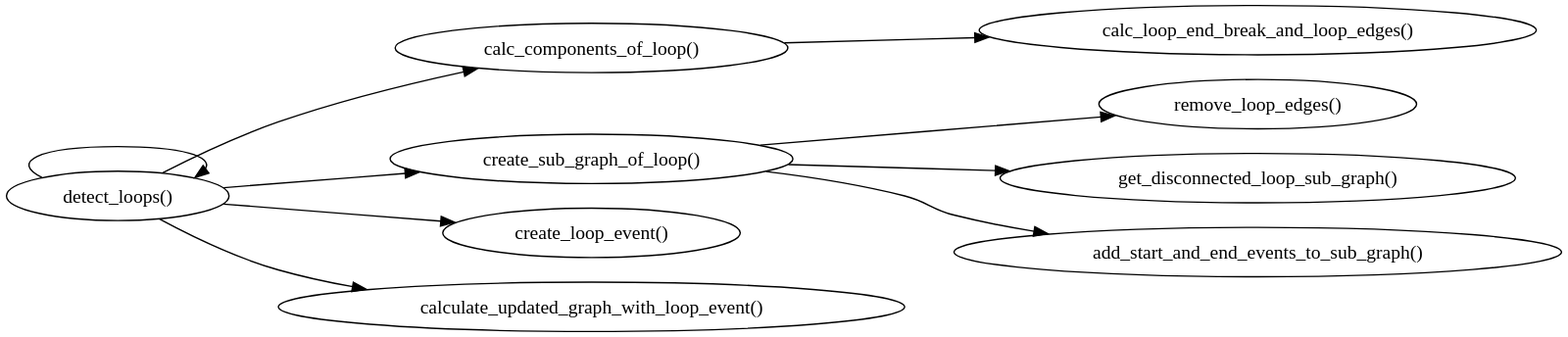
This is docs/development/design/1-DN-SCC_loop_detection/call_graph.svg from xtuml/otel2puml, a PlantUML export, as it was before one commit. Its source is kept beside it as docs/development/design/1-DN-SCC_loop_detection/call_graph.puml. Its diagram source:
```plantuml
@startuml
digraph G {
  rankdir=LR;
  node [style=rounded];
  detect_loops [label="detect_loops()"];
  calc_components_of_loop [label="calc_components_of_loop()"];
  calc_loop_end_break_and_loop_edges [label="calc_loop_end_break_and_loop_edges()"];
    detect_loops -> calc_components_of_loop;
    calc_components_of_loop -> calc_loop_end_break_and_loop_edges;
  create_sub_graph_of_loop [label="create_sub_graph_of_loop()"];
  remove_loop_edges [label="remove_loop_edges()"];
  get_disconnected_loop_sub_graph [label="get_disconnected_loop_sub_graph()"];
  add_start_and_end_events_to_sub_graph [label="add_start_and_end_events_to_sub_graph()"];
    detect_loops -> create_sub_graph_of_loop;
    create_sub_graph_of_loop -> remove_loop_edges;
    create_sub_graph_of_loop -> get_disconnected_loop_sub_graph;
    create_sub_graph_of_loop -> add_start_and_end_events_to_sub_graph;
  create_loop_event [label="create_loop_event()"];
  calculate_updated_graph_with_loop_event [label="calculate_updated_graph_with_loop_event()"];
    detect_loops -> create_loop_event;
    detect_loops -> calculate_updated_graph_with_loop_event;
    detect_loops -> detect_loops;
}
@enduml
```
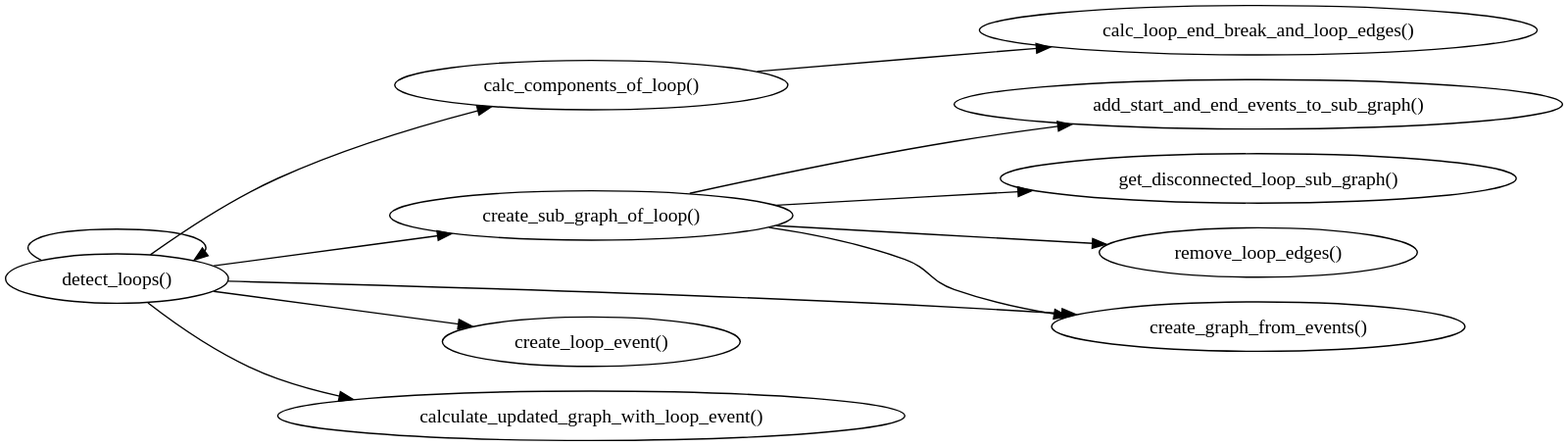
After the change.

Diff of the diagram source:
```diff
@@ -8,17 +8,21 @@
     detect_loops -> calc_components_of_loop;
     calc_components_of_loop -> calc_loop_end_break_and_loop_edges;
   create_sub_graph_of_loop [label="create_sub_graph_of_loop()"];
+
+  add_start_and_end_events_to_sub_graph [label="add_start_and_end_events_to_sub_graph()"];
+  get_disconnected_loop_sub_graph [label="get_disconnected_loop_sub_graph()"];
   remove_loop_edges [label="remove_loop_edges()"];
-  get_disconnected_loop_sub_graph [label="get_disconnected_loop_sub_graph()"];
-  add_start_and_end_events_to_sub_graph [label="add_start_and_end_events_to_sub_graph()"];
+  create_graph_from_events [label="create_graph_from_events()"];
     detect_loops -> create_sub_graph_of_loop;
+    create_sub_graph_of_loop -> add_start_and_end_events_to_sub_graph;
+    create_sub_graph_of_loop -> get_disconnected_loop_sub_graph;
     create_sub_graph_of_loop -> remove_loop_edges;
-    create_sub_graph_of_loop -> get_disconnected_loop_sub_graph;
-    create_sub_graph_of_loop -> add_start_and_end_events_to_sub_graph;
+    create_sub_graph_of_loop -> create_graph_from_events
   create_loop_event [label="create_loop_event()"];
   calculate_updated_graph_with_loop_event [label="calculate_updated_graph_with_loop_event()"];
     detect_loops -> create_loop_event;
     detect_loops -> calculate_updated_graph_with_loop_event;
+    detect_loops -> create_graph_from_events;
     detect_loops -> detect_loops;
 }
 @enduml
```
